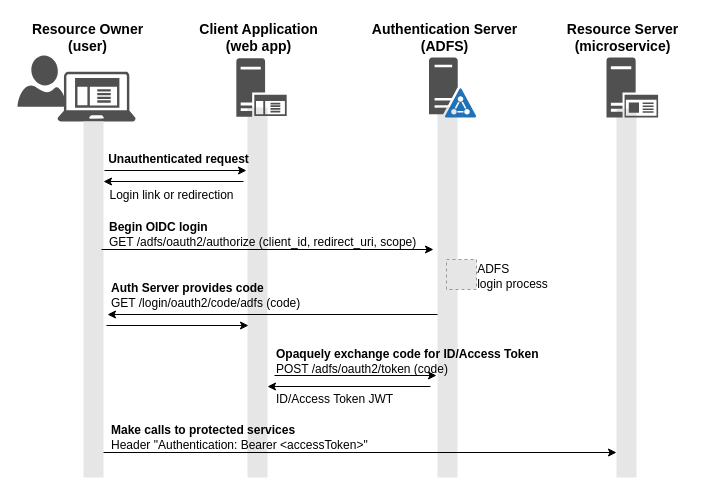
Before: diagrams/oauth2-entities.drawio in fabianlee/spring-boot-security5-oauth2-oidc, a draw.io diagram. Source tidied: cells renumbered, new cells numbered last; positions are measured from the earlier drawing's top-left corner, leaving out a move shared by most shapes. Both pictures are drawn from the tidied source at 100%, with x=0, y=0 at pixel (17, 17). Pictures stored in the file or linked from it are replaced by grey dashed boxes.
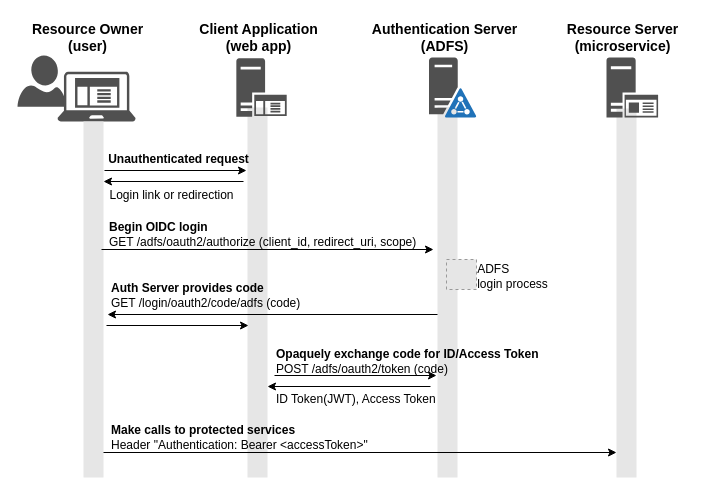
Above is the later version.

What changed in the source:
```diff
@@
-    <mxCell id="27" value="ID/Access Token JWT" style="text;html=1;align=left;verticalAlign=middle;fillColor=none;strokeColor=none;rounded=0;" parent="1" vertex="1">
-      <mxGeometry x="256.5" y="367" width="140" height="30" as="geometry" />
+    <mxCell id="27" value="ID Token(JWT), Access Token" style="text;html=1;align=left;verticalAlign=middle;fillColor=none;strokeColor=none;rounded=0;" parent="1" vertex="1">
+      <mxGeometry x="256.5" y="367" width="180" height="30" as="geometry" />
     </mxCell>
```
